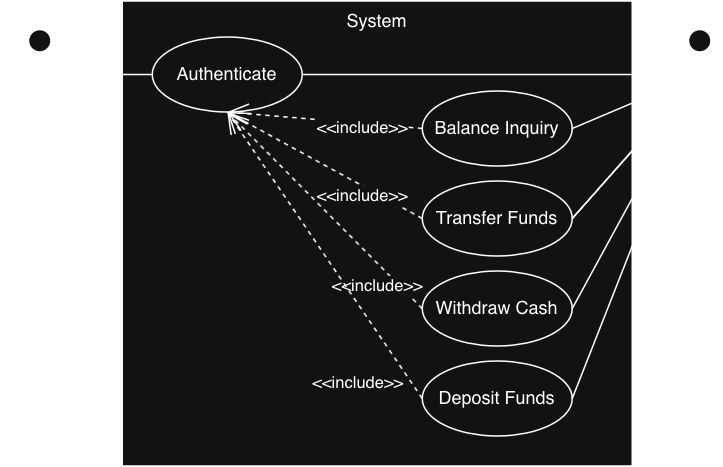
Earlier version of the draw.io export CS3667/imgs/use-case-include-auth.png (haietza/lecture-slides). Source tidied: cells renumbered, new cells last; positions are measured from the earlier drawing's top-left corner, leaving out a move shared by most shapes. Source of this version:
```xml
<mxGraphModel>
  <root>
    <mxCell id="0" />
    <mxCell id="1" value="Activity Solution" parent="0" />
    <mxCell id="2" value="System" style="html=1;whiteSpace=wrap;verticalAlign=top;" parent="1" vertex="1">
      <mxGeometry x="70" width="340" height="310" as="geometry" />
    </mxCell>
    <mxCell id="3" style="endArrow=none;endFill=0;endSize=12;html=1;rounded=0;startArrow=none;startFill=0;exitX=0.5;exitY=0.5;exitDx=0;exitDy=0;exitPerimeter=0;entryX=0;entryY=0.5;entryDx=0;entryDy=0;" parent="1" edge="1" source="13" target="14">
      <mxGeometry relative="1" as="geometry" />
    </mxCell>
    <mxCell id="4" value="Balance Inquiry" style="ellipse;whiteSpace=wrap;html=1;" parent="1" vertex="1">
      <mxGeometry x="270" y="60" width="100" height="50" as="geometry" />
    </mxCell>
    <mxCell id="5" value="Bank" style="shape=umlActor;verticalLabelPosition=bottom;verticalAlign=top;html=1;" parent="1" vertex="1">
      <mxGeometry x="440" y="19" width="30" height="60" as="geometry" />
    </mxCell>
    <mxCell id="6" value="Withdraw Cash" style="ellipse;whiteSpace=wrap;html=1;" parent="1" vertex="1">
      <mxGeometry x="270" y="180" width="100" height="50" as="geometry" />
    </mxCell>
    <mxCell id="7" style="endArrow=none;endFill=0;endSize=12;html=1;rounded=0;startArrow=none;startFill=0;entryX=0.5;entryY=0.5;entryDx=0;entryDy=0;exitX=1;exitY=0.5;exitDx=0;exitDy=0;entryPerimeter=0;" parent="1" edge="1" source="4" target="5">
      <mxGeometry relative="1" as="geometry" />
    </mxCell>
    <mxCell id="8" style="endArrow=none;endFill=0;endSize=12;html=1;rounded=0;startArrow=none;startFill=0;entryX=0.5;entryY=0.5;entryDx=0;entryDy=0;exitX=1;exitY=0.5;exitDx=0;exitDy=0;entryPerimeter=0;" parent="1" edge="1" source="16" target="5">
      <mxGeometry relative="1" as="geometry" />
    </mxCell>
    <mxCell id="9" style="endArrow=none;endFill=0;endSize=12;html=1;rounded=0;startArrow=none;startFill=0;entryX=0.5;entryY=0.5;entryDx=0;entryDy=0;exitX=1;exitY=0.5;exitDx=0;exitDy=0;entryPerimeter=0;" parent="1" edge="1" source="16" target="5">
      <mxGeometry relative="1" as="geometry" />
    </mxCell>
    <mxCell id="10" style="endArrow=none;endFill=0;endSize=12;html=1;rounded=0;startArrow=none;startFill=0;exitX=1;exitY=0.5;exitDx=0;exitDy=0;entryX=0.5;entryY=0.5;entryDx=0;entryDy=0;entryPerimeter=0;" parent="1" edge="1" source="14" target="5">
      <mxGeometry relative="1" as="geometry" />
    </mxCell>
    <mxCell id="11" value="Deposit Funds" style="ellipse;whiteSpace=wrap;html=1;" parent="1" vertex="1">
      <mxGeometry x="270" y="240" width="100" height="50" as="geometry" />
    </mxCell>
    <mxCell id="12" style="endArrow=none;endFill=0;endSize=12;html=1;rounded=0;startArrow=none;startFill=0;entryX=0.5;entryY=0.5;entryDx=0;entryDy=0;exitX=1;exitY=0.5;exitDx=0;exitDy=0;entryPerimeter=0;" parent="1" edge="1" source="11" target="5">
      <mxGeometry relative="1" as="geometry" />
    </mxCell>
    <mxCell id="13" value="Customer" style="shape=umlActor;verticalLabelPosition=bottom;verticalAlign=top;html=1;" parent="1" vertex="1">
      <mxGeometry y="19" width="30" height="60" as="geometry" />
    </mxCell>
    <mxCell id="14" value="Authenticate" style="ellipse;whiteSpace=wrap;html=1;" parent="1" vertex="1">
      <mxGeometry x="90" y="24" width="100" height="50" as="geometry" />
    </mxCell>
    <mxCell id="15" style="endArrow=none;endFill=0;endSize=12;html=1;rounded=0;startArrow=none;startFill=0;entryX=0.5;entryY=0.5;entryDx=0;entryDy=0;exitX=1;exitY=0.5;exitDx=0;exitDy=0;entryPerimeter=0;" parent="1" edge="1" source="6" target="5">
      <mxGeometry relative="1" as="geometry" />
    </mxCell>
    <mxCell id="16" value="Transfer Funds" style="ellipse;whiteSpace=wrap;html=1;" parent="1" vertex="1">
      <mxGeometry x="270" y="120" width="100" height="50" as="geometry" />
    </mxCell>
    <mxCell id="17" value="&amp;lt;&amp;lt;include&amp;gt;&amp;gt;" style="endArrow=open;endSize=12;dashed=1;html=1;rounded=0;exitX=0;exitY=0.5;exitDx=0;exitDy=0;entryX=0.5;entryY=1;entryDx=0;entryDy=0;" parent="1" edge="1" source="4" target="14">
      <mxGeometry x="-0.39" y="3" relative="1" as="geometry" />
    </mxCell>
    <mxCell id="18" value="&amp;lt;&amp;lt;include&amp;gt;&amp;gt;" style="endArrow=open;endSize=12;dashed=1;html=1;rounded=0;exitX=0;exitY=0.5;exitDx=0;exitDy=0;entryX=0.5;entryY=1;entryDx=0;entryDy=0;" parent="1" edge="1" source="16" target="14">
      <mxGeometry x="-0.43" y="6" relative="1" as="geometry" />
    </mxCell>
    <mxCell id="19" value="&amp;lt;&amp;lt;include&amp;gt;&amp;gt;" style="endArrow=open;endSize=12;dashed=1;html=1;rounded=0;exitX=0;exitY=0.5;exitDx=0;exitDy=0;entryX=0.5;entryY=1;entryDx=0;entryDy=0;" parent="1" edge="1" source="6" target="14">
      <mxGeometry x="-0.66" y="11" relative="1" as="geometry" />
    </mxCell>
    <mxCell id="20" value="&amp;lt;&amp;lt;include&amp;gt;&amp;gt;" style="endArrow=open;endSize=12;dashed=1;html=1;rounded=0;exitX=0;exitY=0.5;exitDx=0;exitDy=0;entryX=0.5;entryY=1;entryDx=0;entryDy=0;" parent="1" edge="1" source="11" target="14">
      <mxGeometry x="-0.71" y="30" relative="1" as="geometry" />
    </mxCell>
  </root>
</mxGraphModel>
```
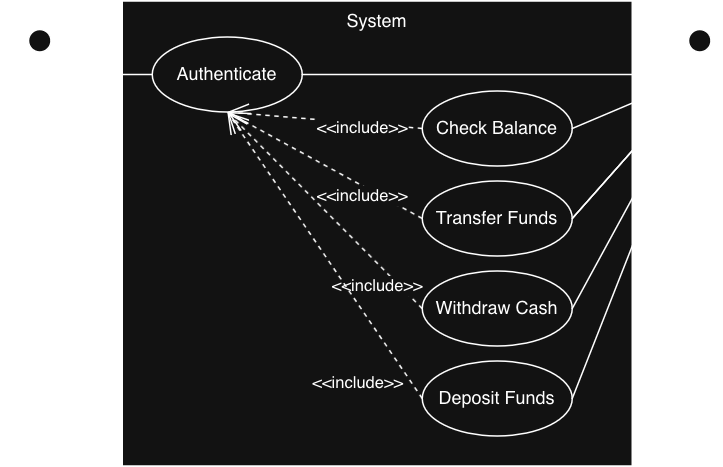
The same file after the commit.

The edit, as a diff of the source:
```diff
@@ -8,7 +8,7 @@
     <mxCell id="3" style="endArrow=none;endFill=0;endSize=12;html=1;rounded=0;startArrow=none;startFill=0;exitX=0.5;exitY=0.5;exitDx=0;exitDy=0;exitPerimeter=0;entryX=0;entryY=0.5;entryDx=0;entryDy=0;" parent="1" edge="1" source="13" target="14">
       <mxGeometry relative="1" as="geometry" />
     </mxCell>
-    <mxCell id="4" value="Balance Inquiry" style="ellipse;whiteSpace=wrap;html=1;" parent="1" vertex="1">
+    <mxCell id="4" value="Check Balance" style="ellipse;whiteSpace=wrap;html=1;" parent="1" vertex="1">
       <mxGeometry x="270" y="60" width="100" height="50" as="geometry" />
     </mxCell>
     <mxCell id="5" value="Bank" style="shape=umlActor;verticalLabelPosition=bottom;verticalAlign=top;html=1;" parent="1" vertex="1">
```
